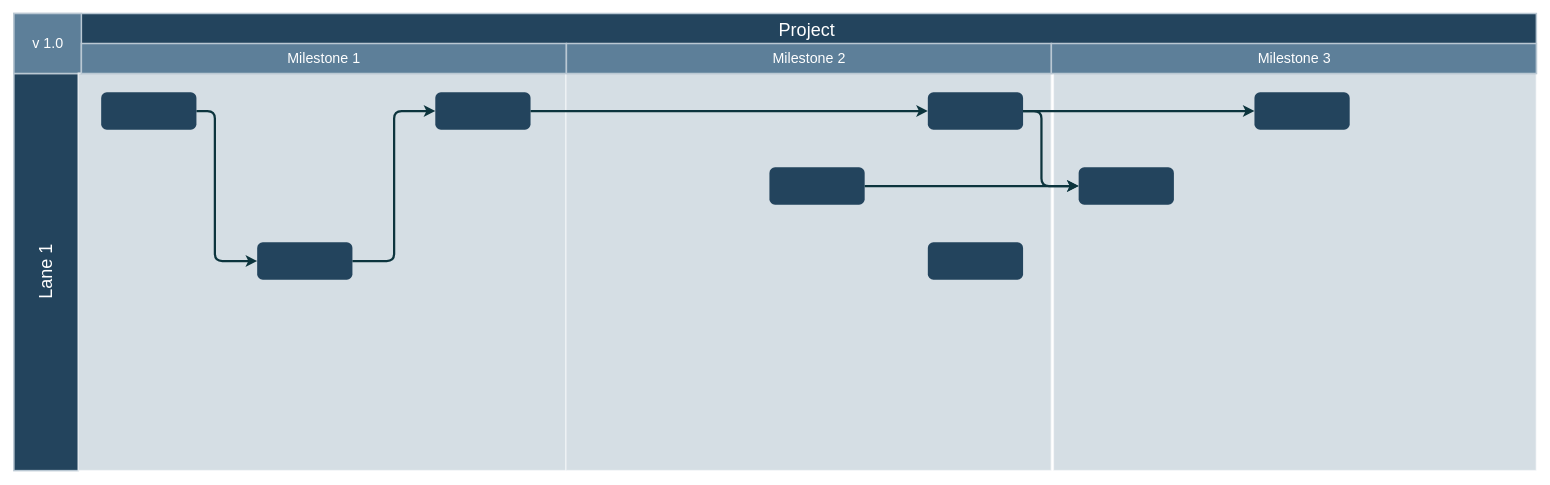
Earlier version of the draw.io diagram 未命名绘图.drawio (zengwenju/myfirsttest). Source tidied: cells renumbered, new cells numbered last; positions are measured from the earlier drawing's top-left corner, leaving out a move shared by most shapes. Both pictures are drawn from the tidied source at 75%, with x=0, y=0 at pixel (14, 13).
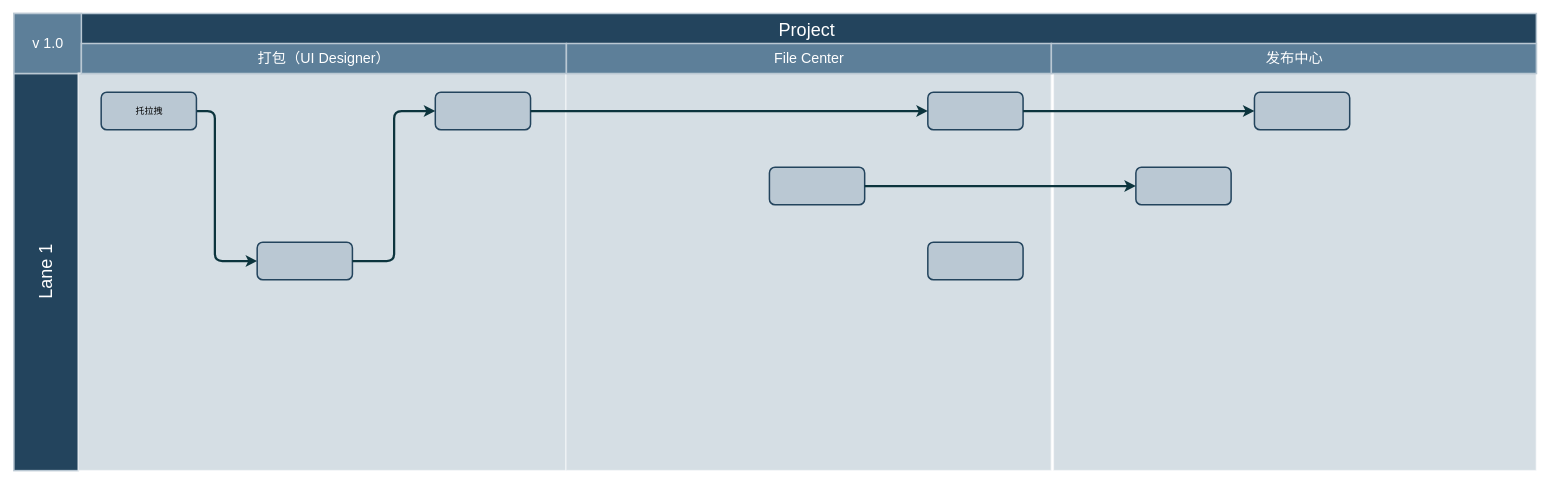
The same page after the edit.

Commit message:
更新未命名绘图.drawio

Unchanged cells that the change refers to:
```xml
<mxCell id="22" style="group;" parent="1" vertex="1">
  <mxGeometry x="90" y="40.5" width="646.7" height="40" as="geometry" />
</mxCell>
```

The edit, as a diff of the source:
```diff
@@
-    <mxCell id="9" style="rounded=1;fillColor=#23445D;strokeColor=none;strokeWidth=2;fontFamily=Helvetica;html=1;gradientColor=none;" parent="1" vertex="1">
+    <mxCell id="9" value="托拉拽" style="rounded=1;fillColor=#bac8d3;strokeColor=#23445d;strokeWidth=2;fontFamily=Helvetica;html=1;" parent="1" vertex="1">
       <mxGeometry x="116.4" y="105.5" width="127" height="50" as="geometry" />
     </mxCell>
-    <mxCell id="10" style="rounded=1;fillColor=#23445D;strokeColor=none;strokeWidth=2;fontFamily=Helvetica;html=1;gradientColor=none;" parent="1" vertex="1">
+    <mxCell id="10" style="rounded=1;fillColor=#bac8d3;strokeColor=#23445d;strokeWidth=2;fontFamily=Helvetica;html=1;" parent="1" vertex="1">
       <mxGeometry x="561.9" y="105.5" width="127" height="50" as="geometry" />
     </mxCell>
-    <mxCell id="11" style="rounded=1;fillColor=#23445D;strokeColor=none;strokeWidth=2;fontFamily=Helvetica;html=1;gradientColor=none;" parent="1" vertex="1">
+    <mxCell id="11" style="rounded=1;fillColor=#bac8d3;strokeColor=#23445d;strokeWidth=2;fontFamily=Helvetica;html=1;" parent="1" vertex="1">
       <mxGeometry x="324.4" y="305.5" width="127" height="50" as="geometry" />
     </mxCell>
-    <mxCell id="12" style="rounded=1;fillColor=#23445D;strokeColor=none;strokeWidth=2;fontFamily=Helvetica;html=1;gradientColor=none;" parent="1" vertex="1">
+    <mxCell id="12" style="rounded=1;fillColor=#bac8d3;strokeColor=#23445d;strokeWidth=2;fontFamily=Helvetica;html=1;" parent="1" vertex="1">
       <mxGeometry x="1007.4" y="205.5" width="127" height="50" as="geometry" />
     </mxCell>
-    <mxCell id="13" style="rounded=1;fillColor=#23445D;strokeColor=none;strokeWidth=2;fontFamily=Helvetica;html=1;gradientColor=none;" parent="1" vertex="1">
+    <mxCell id="13" style="rounded=1;fillColor=#bac8d3;strokeColor=#23445d;strokeWidth=2;fontFamily=Helvetica;html=1;" parent="1" vertex="1">
       <mxGeometry x="1218.6" y="105.5" width="127" height="50" as="geometry" />
     </mxCell>
-    <mxCell id="14" style="rounded=1;fillColor=#23445D;strokeColor=none;strokeWidth=2;fontFamily=Helvetica;html=1;gradientColor=none;" parent="1" vertex="1">
+    <mxCell id="14" style="rounded=1;fillColor=#bac8d3;strokeColor=#23445d;strokeWidth=2;fontFamily=Helvetica;html=1;" parent="1" vertex="1">
       <mxGeometry x="1218.6" y="305.5" width="127" height="50" as="geometry" />
     </mxCell>
-    <mxCell id="15" style="rounded=1;fillColor=#23445D;strokeColor=none;strokeWidth=2;gradientColor=none;fontFamily=Helvetica;html=1;" parent="1" vertex="1">
-      <mxGeometry x="1419.7" y="205.5" width="127" height="50" as="geometry" />
+    <mxCell id="15" style="rounded=1;fillColor=#bac8d3;strokeColor=#23445d;strokeWidth=2;fontFamily=Helvetica;html=1;" parent="1" vertex="1">
+      <mxGeometry x="1496" y="205.5" width="127" height="50" as="geometry" />
     </mxCell>
-    <mxCell id="16" style="rounded=1;fillColor=#23445D;strokeColor=none;strokeWidth=2;gradientColor=none;fontFamily=Helvetica;html=1;" parent="1" vertex="1">
+    <mxCell id="16" style="rounded=1;fillColor=#bac8d3;strokeColor=#23445d;strokeWidth=2;fontFamily=Helvetica;html=1;" parent="1" vertex="1">
       <mxGeometry x="1654.1" y="105.5" width="127" height="50" as="geometry" />
     </mxCell>
@@
-    <mxCell id="20" style="edgeStyle=elbowEdgeStyle;elbow=horizontal;strokeWidth=3;strokeColor=#0C343D;fontFamily=Helvetica;html=1;" parent="1" edge="1" source="13" target="15">
-      <mxGeometry x="6.4" y="830.5" as="geometry">
-        <Array as="points">
-          <mxPoint x="1370.1" y="180.5" />
-        </Array>
-      </mxGeometry>
-    </mxCell>
@@
-    <mxCell id="23" value="Milestone 1" style="strokeColor=#BAC8D3;fillColor=#5d7f99;fontSize=19;strokeWidth=2;fontFamily=Helvetica;html=1;labelBackgroundColor=none;fontColor=#FFFFFF;" parent="22" vertex="1">
+    <mxCell id="23" value="打包（UI Designer）" style="strokeColor=#BAC8D3;fillColor=#5d7f99;fontSize=19;strokeWidth=2;fontFamily=Helvetica;html=1;labelBackgroundColor=none;fontColor=#FFFFFF;" parent="22" vertex="1">
       <mxGeometry width="646.7" height="40" as="geometry" />
     </mxCell>
-    <mxCell id="24" value="Milestone 2" style="strokeColor=#BAC8D3;fillColor=#5d7f99;fontSize=19;strokeWidth=2;fontFamily=Helvetica;html=1;labelBackgroundColor=none;fontColor=#FFFFFF;" parent="22" vertex="1">
+    <mxCell id="24" value="File Center" style="strokeColor=#BAC8D3;fillColor=#5d7f99;fontSize=19;strokeWidth=2;fontFamily=Helvetica;html=1;labelBackgroundColor=none;fontColor=#FFFFFF;" parent="22" vertex="1">
       <mxGeometry x="646.7" width="646.7" height="40" as="geometry" />
     </mxCell>
-    <mxCell id="25" value="Milestone 3" style="strokeColor=#BAC8D3;fillColor=#5d7f99;fontSize=19;strokeWidth=2;fontFamily=Helvetica;html=1;labelBackgroundColor=none;fontColor=#FFFFFF;" parent="22" vertex="1">
+    <mxCell id="25" value="发布中心" style="strokeColor=#BAC8D3;fillColor=#5d7f99;fontSize=19;strokeWidth=2;fontFamily=Helvetica;html=1;labelBackgroundColor=none;fontColor=#FFFFFF;" parent="22" vertex="1">
       <mxGeometry x="1293.3" width="646.7" height="40" as="geometry" />
     </mxCell>
```
